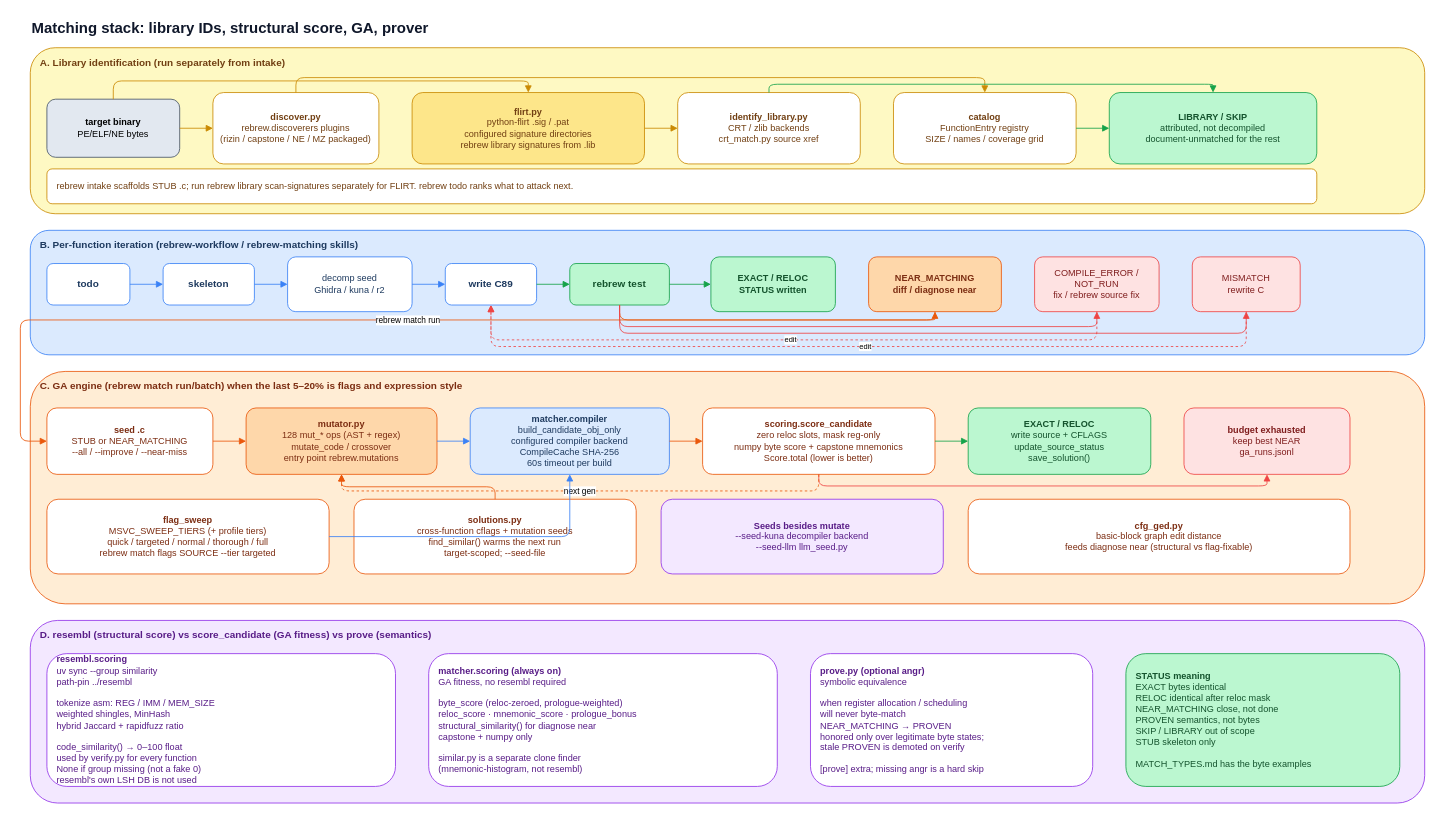
This is page "4. FLIRT, resembl, GA" (4 of 6) of docs/architecture.drawio from maci0/rebrew, a draw.io file, before an edit. Source tidied: cells renumbered, new cells numbered last; positions are measured from the earlier drawing's top-left corner, leaving out a move shared by most shapes. Both pictures are drawn from the tidied source at 83%, with x=0, y=0 at pixel (20, 14).
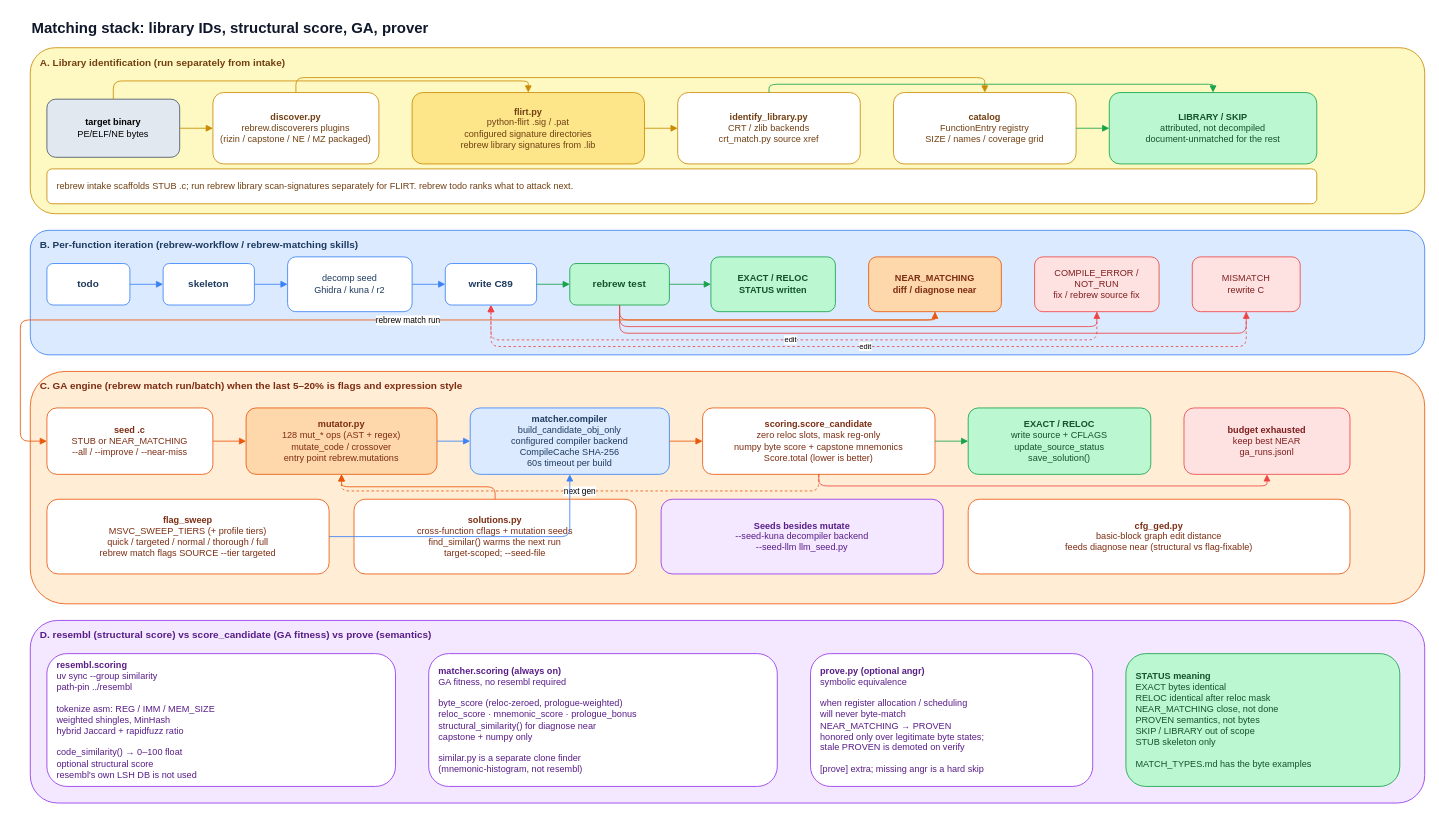
The same page after the edit.

Diff of the diagram source:
```diff
@@
-    <mxCell id="58" value="&lt;b&gt;resembl.scoring&lt;/b&gt;&lt;br&gt;uv sync --group similarity&lt;br&gt;path-pin ../resembl&lt;br&gt;&lt;br&gt;tokenize asm: REG / IMM / MEM_SIZE&lt;br&gt;weighted shingles, MinHash&lt;br&gt;hybrid Jaccard + rapidfuzz ratio&lt;br&gt;&lt;br&gt;code_similarity() → 0–100 float&lt;br&gt;used by verify.py for every function&lt;br&gt;None if group missing (not a fake 0)&lt;br&gt;resembl's own LSH DB is not used" style="rounded=1;whiteSpace=wrap;html=1;fillColor=#ffffff;strokeColor=#9333ea;fontColor=#581c87;align=left;spacingLeft=10;fontSize=11;" parent="1" vertex="1">
+    <mxCell id="58" value="&lt;b&gt;resembl.scoring&lt;/b&gt;&lt;br&gt;uv sync --group similarity&lt;br&gt;path-pin ../resembl&lt;br&gt;&lt;br&gt;tokenize asm: REG / IMM / MEM_SIZE&lt;br&gt;weighted shingles, MinHash&lt;br&gt;hybrid Jaccard + rapidfuzz ratio&lt;br&gt;&lt;br&gt;code_similarity() → 0–100 float&lt;br&gt;optional structural score&lt;br&gt;resembl's own LSH DB is not used" style="rounded=1;whiteSpace=wrap;html=1;fillColor=#ffffff;strokeColor=#9333ea;fontColor=#581c87;align=left;spacingLeft=10;fontSize=11;" parent="1" vertex="1">
       <mxGeometry x="32" y="770" width="420" height="160" as="geometry" />
     </mxCell>
```
